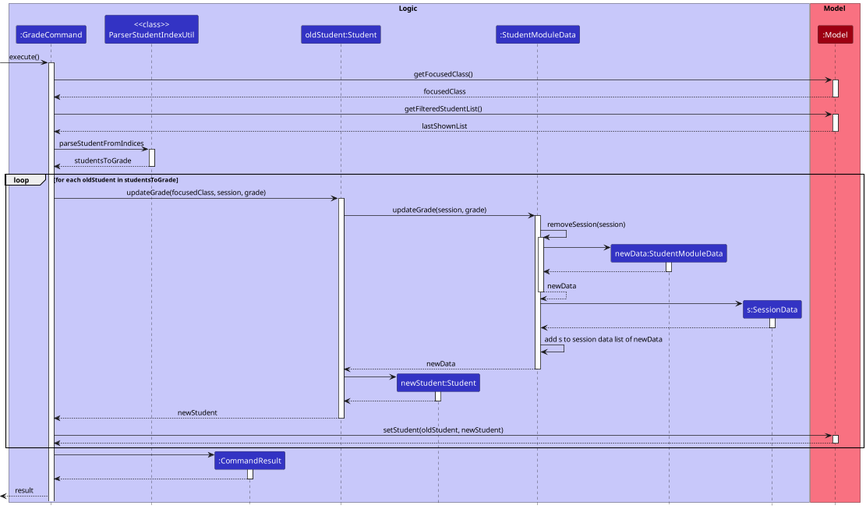
Before: docs/images/GradeCommandSequenceDiagram.png, a diagram exported from PlantUML (nus-cs2103-AY2223S1/tp).
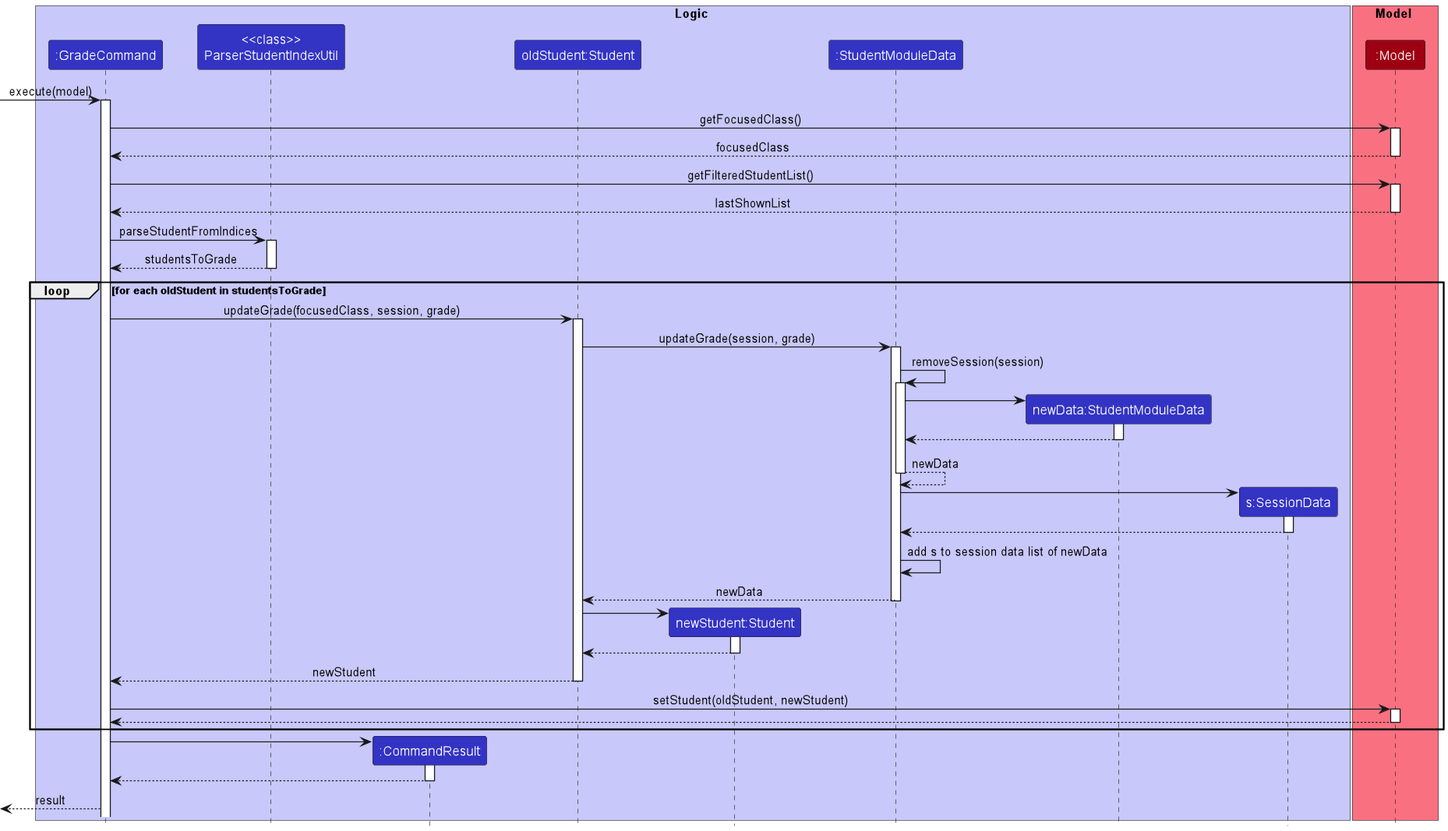
The same file after the commit.

What changed in the source:
```diff
@@ -16,7 +16,7 @@
 participant ":Model" as Model MODEL_COLOR
 end box
 
-[-> GradeCommand: execute()
+[-> GradeCommand: execute(model)
 activate GradeCommand
 
 GradeCommand -> Model: getFocusedClass()
```
